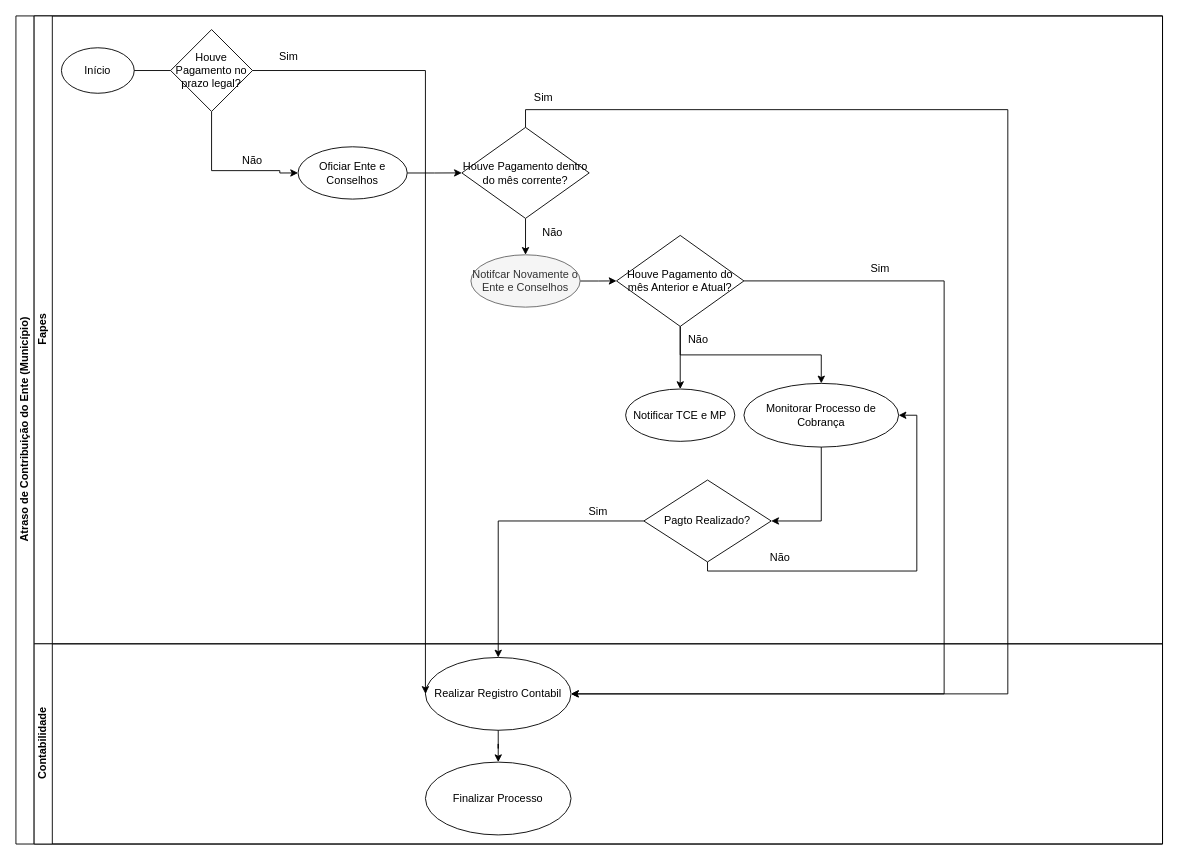
Ramaniks/fluxogramas-toledoprev keeps this draw.io diagram as CobrancaAtrasoDoEnte.drawio. Above is the earlier version. Source tidied: cells renumbered, new cells numbered last; positions are measured from the earlier drawing's top-left corner, leaving out a move shared by most shapes. Both pictures are drawn from the tidied source at 91%, with x=0, y=0 at pixel (15, 15).
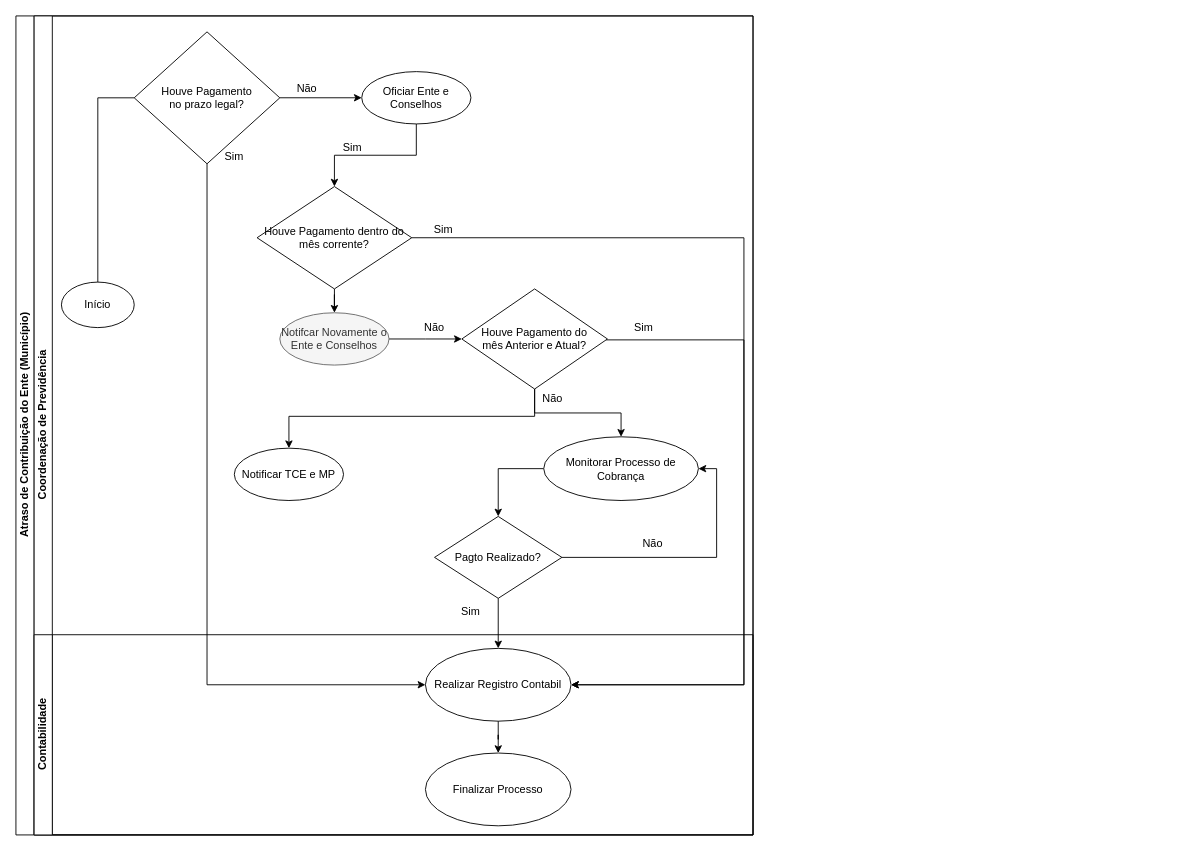
The same diagram, later.

Commit message:
Ajustes visuais

The change refers to these unchanged cells:
```xml
<mxCell id="32" value="Realizar Registro Contabil" style="ellipse;whiteSpace=wrap;html=1;" parent="30" vertex="1">
  <mxGeometry x="430" y="15" width="160" height="80" as="geometry" />
</mxCell>
```

Change to the diagram source:
```diff
@@
     <mxCell id="2" value="Atraso de Contribuição do Ente (Município)" style="swimlane;horizontal=0;startSize=20;html=1;" parent="1" vertex="1">
-      <mxGeometry width="1260" height="910" as="geometry" />
+      <mxGeometry width="810" height="900" as="geometry" />
     </mxCell>
-    <mxCell id="3" value="Fapes" style="swimlane;startSize=20;horizontal=0;html=1;" parent="2" vertex="1">
-      <mxGeometry x="20" width="1240" height="690" as="geometry" />
+    <mxCell id="3" value="Coordenação de Previdência" style="swimlane;startSize=20;horizontal=0;html=1;" parent="2" vertex="1">
+      <mxGeometry x="20" width="790" height="900" as="geometry" />
     </mxCell>
     <mxCell id="4" value="Início" style="ellipse;whiteSpace=wrap;html=1;" parent="3" vertex="1">
-      <mxGeometry x="30" y="35" width="80" height="50" as="geometry" />
+      <mxGeometry x="30" y="292.5" width="80" height="50" as="geometry" />
     </mxCell>
-    <mxCell id="5" style="edgeStyle=orthogonalEdgeStyle;rounded=0;jettySize=auto;html=1;entryX=0;entryY=0.5;entryDx=0;entryDy=0;" parent="3" edge="1" source="6" target="21">
+    <mxCell id="5" style="edgeStyle=orthogonalEdgeStyle;rounded=0;jettySize=auto;html=1;entryX=0.5;entryY=0;entryDx=0;entryDy=0;" parent="3" edge="1" source="6" target="21">
       <mxGeometry relative="1" as="geometry" />
     </mxCell>
     <mxCell id="6" value="Oficiar Ente e Conselhos" style="ellipse;whiteSpace=wrap;html=1;" parent="3" vertex="1">
-      <mxGeometry x="290" y="143.8" width="120" height="57.5" as="geometry" />
+      <mxGeometry x="360" y="61.2" width="120" height="57.5" as="geometry" />
     </mxCell>
@@
     <mxCell id="8" value="Notifcar Novamente o Ente e Conselhos" style="ellipse;whiteSpace=wrap;html=1;fillColor=#f5f5f5;fontColor=#333333;strokeColor=#666666;" parent="3" vertex="1">
-      <mxGeometry x="480" y="262.5" width="120" height="57.5" as="geometry" />
+      <mxGeometry x="270" y="326.2" width="120" height="57.5" as="geometry" />
     </mxCell>
-    <mxCell id="9" style="edgeStyle=orthogonalEdgeStyle;rounded=0;jettySize=auto;html=1;entryX=1;entryY=0.5;entryDx=0;entryDy=0;" parent="3" edge="1" source="10" target="27">
+    <mxCell id="9" style="edgeStyle=orthogonalEdgeStyle;rounded=0;jettySize=auto;html=1;exitX=0;exitY=0.5;exitDx=0;exitDy=0;" parent="3" edge="1" source="10" target="27">
       <mxGeometry relative="1" as="geometry" />
     </mxCell>
     <mxCell id="10" value="Monitorar Processo de Cobrança" style="ellipse;whiteSpace=wrap;html=1;" parent="3" vertex="1">
-      <mxGeometry x="780" y="403.8" width="170" height="70" as="geometry" />
+      <mxGeometry x="560" y="462.5" width="170" height="70" as="geometry" />
     </mxCell>
-    <mxCell id="11" style="edgeStyle=orthogonalEdgeStyle;rounded=0;jettySize=auto;html=1;endArrow=none;" parent="3" edge="1" source="4" target="13">
+    <mxCell id="11" style="edgeStyle=orthogonalEdgeStyle;rounded=0;jettySize=auto;html=1;endArrow=none;entryX=0;entryY=0.5;entryDx=0;entryDy=0;" parent="3" edge="1" source="4" target="13">
       <mxGeometry relative="1" as="geometry" />
     </mxCell>
     <mxCell id="12" style="edgeStyle=orthogonalEdgeStyle;rounded=0;jettySize=auto;html=1;entryX=0;entryY=0.5;entryDx=0;entryDy=0;" parent="3" edge="1" source="13" target="6">
-      <mxGeometry relative="1" as="geometry">
-        <Array as="points">
-          <mxPoint x="195" y="170" />
-          <mxPoint x="270" y="170" />
-          <mxPoint x="270" y="173" />
-        </Array>
-      </mxGeometry>
+      <mxGeometry relative="1" as="geometry" />
     </mxCell>
-    <mxCell id="13" value="Houve Pagamento no prazo legal?" style="rhombus;whiteSpace=wrap;html=1;" parent="3" vertex="1">
-      <mxGeometry x="150" y="15" width="90" height="90" as="geometry" />
+    <mxCell id="13" value="Houve Pagamento &lt;br&gt;no prazo legal?" style="rhombus;whiteSpace=wrap;html=1;" parent="3" vertex="1">
+      <mxGeometry x="110" y="17.5" width="160" height="145" as="geometry" />
     </mxCell>
     <mxCell id="14" value="Sim" style="text;html=1;strokeColor=none;fillColor=none;align=center;verticalAlign=middle;whiteSpace=wrap;rounded=0;" parent="3" vertex="1">
-      <mxGeometry x="250" y="30" width="60" height="30" as="geometry" />
+      <mxGeometry x="190" y="140" width="60" height="30" as="geometry" />
     </mxCell>
     <mxCell id="15" value="Não" style="text;html=1;strokeColor=none;fillColor=none;align=center;verticalAlign=middle;whiteSpace=wrap;rounded=0;" parent="3" vertex="1">
-      <mxGeometry x="210" y="143.8" width="60" height="30" as="geometry" />
+      <mxGeometry x="270" y="65" width="60" height="30" as="geometry" />
     </mxCell>
     <mxCell id="16" value="Sim" style="text;html=1;strokeColor=none;fillColor=none;align=center;verticalAlign=middle;whiteSpace=wrap;rounded=0;" parent="3" vertex="1">
-      <mxGeometry x="530" y="75" width="60" height="30" as="geometry" />
+      <mxGeometry x="320" y="130" width="60" height="30" as="geometry" />
     </mxCell>
     <mxCell id="17" value="Não" style="text;html=1;strokeColor=none;fillColor=none;align=center;verticalAlign=middle;whiteSpace=wrap;rounded=0;" parent="3" vertex="1">
-      <mxGeometry x="540" y="222.5" width="60" height="30" as="geometry" />
+      <mxGeometry x="410" y="327.5" width="60" height="30" as="geometry" />
     </mxCell>
@@
+    <mxCell id="36" style="edgeStyle=orthogonalEdgeStyle;rounded=0;jettySize=auto;html=1;entryX=1;entryY=0.5;entryDx=0;entryDy=0;" parent="3" edge="1" source="19" target="32">
+      <mxGeometry relative="1" as="geometry">
+        <Array as="points">
+          <mxPoint x="780" y="356" />
+          <mxPoint x="780" y="735" />
+        </Array>
+      </mxGeometry>
+    </mxCell>
-    <mxCell id="19" value="Houve Pagamento do mês Anterior e Atual?" style="rhombus;whiteSpace=wrap;html=1;" parent="3" vertex="1">
-      <mxGeometry x="640" y="241.2" width="140" height="100" as="geometry" />
+    <mxCell id="19" value="Houve Pagamento do &lt;br&gt;mês Anterior e Atual?" style="rhombus;whiteSpace=wrap;html=1;" parent="3" vertex="1">
+      <mxGeometry x="470" y="300" width="160" height="110" as="geometry" />
     </mxCell>
@@
+    <mxCell id="34" style="edgeStyle=orthogonalEdgeStyle;rounded=0;jettySize=auto;html=1;entryX=1;entryY=0.5;entryDx=0;entryDy=0;exitX=1;exitY=0.5;exitDx=0;exitDy=0;" parent="3" edge="1" source="21" target="32">
+      <mxGeometry relative="1" as="geometry">
+        <Array as="points">
+          <mxPoint x="780" y="244" />
+          <mxPoint x="780" y="735" />
+        </Array>
+      </mxGeometry>
+    </mxCell>
     <mxCell id="21" value="Houve Pagamento dentro do mês corrente?" style="rhombus;whiteSpace=wrap;html=1;" parent="3" vertex="1">
-      <mxGeometry x="470" y="122.5" width="140" height="100" as="geometry" />
+      <mxGeometry x="245" y="187.5" width="170" height="112.5" as="geometry" />
     </mxCell>
     <mxCell id="22" value="Sim" style="text;html=1;strokeColor=none;fillColor=none;align=center;verticalAlign=middle;whiteSpace=wrap;rounded=0;" parent="3" vertex="1">
-      <mxGeometry x="900" y="262.5" width="60" height="30" as="geometry" />
+      <mxGeometry x="640" y="327.5" width="60" height="30" as="geometry" />
     </mxCell>
     <mxCell id="23" value="Notificar TCE e MP" style="ellipse;whiteSpace=wrap;html=1;" parent="3" vertex="1">
-      <mxGeometry x="650" y="410" width="120" height="57.5" as="geometry" />
+      <mxGeometry x="220" y="475" width="120" height="57.5" as="geometry" />
     </mxCell>
     <mxCell id="24" style="edgeStyle=orthogonalEdgeStyle;rounded=0;jettySize=auto;html=1;entryX=0.5;entryY=0;entryDx=0;entryDy=0;" parent="3" edge="1" source="19" target="23">
-      <mxGeometry relative="1" as="geometry" />
+      <mxGeometry relative="1" as="geometry">
+        <Array as="points">
+          <mxPoint x="550" y="440" />
+          <mxPoint x="280" y="440" />
+        </Array>
+      </mxGeometry>
     </mxCell>
     <mxCell id="25" value="Não" style="text;html=1;strokeColor=none;fillColor=none;align=center;verticalAlign=middle;whiteSpace=wrap;rounded=0;" parent="3" vertex="1">
-      <mxGeometry x="700" y="341.2" width="60" height="30" as="geometry" />
+      <mxGeometry x="540" y="406.2" width="60" height="30" as="geometry" />
     </mxCell>
-    <mxCell id="26" style="edgeStyle=orthogonalEdgeStyle;rounded=0;jettySize=auto;html=1;entryX=1;entryY=0.5;entryDx=0;entryDy=0;" parent="3" edge="1" source="27" target="10">
+    <mxCell id="26" style="edgeStyle=orthogonalEdgeStyle;rounded=0;jettySize=auto;html=1;entryX=1;entryY=0.5;entryDx=0;entryDy=0;exitX=1;exitY=0.5;exitDx=0;exitDy=0;" parent="3" edge="1" source="27" target="10">
       <mxGeometry relative="1" as="geometry">
         <Array as="points">
-          <mxPoint x="740" y="610" />
-          <mxPoint x="970" y="610" />
-          <mxPoint x="970" y="439" />
+          <mxPoint x="750" y="595" />
+          <mxPoint x="750" y="498" />
         </Array>
       </mxGeometry>
     </mxCell>
     <mxCell id="27" value="Pagto Realizado?" style="rhombus;whiteSpace=wrap;html=1;" parent="3" vertex="1">
-      <mxGeometry x="670" y="510" width="140" height="90" as="geometry" />
+      <mxGeometry x="440" y="550" width="140" height="90" as="geometry" />
     </mxCell>
     <mxCell id="28" value="Não" style="text;html=1;strokeColor=none;fillColor=none;align=center;verticalAlign=middle;whiteSpace=wrap;rounded=0;" parent="3" vertex="1">
-      <mxGeometry x="790" y="580" width="60" height="30" as="geometry" />
+      <mxGeometry x="650" y="565" width="60" height="30" as="geometry" />
     </mxCell>
     <mxCell id="29" value="Sim" style="text;html=1;strokeColor=none;fillColor=none;align=center;verticalAlign=middle;whiteSpace=wrap;rounded=0;" parent="3" vertex="1">
-      <mxGeometry x="590" y="530" width="60" height="30" as="geometry" />
+      <mxGeometry x="450" y="640" width="60" height="30" as="geometry" />
     </mxCell>
-    <mxCell id="30" value="Contabilidade" style="swimlane;startSize=20;horizontal=0;html=1;" parent="2" vertex="1">
-      <mxGeometry x="20" y="690" width="1240" height="220" as="geometry" />
+    <mxCell id="30" value="Contabilidade" style="swimlane;startSize=20;horizontal=0;html=1;" parent="3" vertex="1">
+      <mxGeometry y="680" width="790" height="220" as="geometry" />
     </mxCell>
@@
-    <mxCell id="34" style="edgeStyle=orthogonalEdgeStyle;rounded=0;jettySize=auto;html=1;entryX=1;entryY=0.5;entryDx=0;entryDy=0;exitX=0.5;exitY=0;exitDx=0;exitDy=0;" parent="2" edge="1" source="21" target="32">
-      <mxGeometry relative="1" as="geometry">
-        <Array as="points">
-          <mxPoint x="560" y="103" />
-          <mxPoint x="1090" y="103" />
-          <mxPoint x="1090" y="745" />
-        </Array>
-      </mxGeometry>
-    </mxCell>
-    <mxCell id="35" style="edgeStyle=orthogonalEdgeStyle;rounded=0;jettySize=auto;html=1;entryX=0;entryY=0.5;entryDx=0;entryDy=0;" parent="2" edge="1" source="13" target="32">
+    <mxCell id="35" style="edgeStyle=orthogonalEdgeStyle;rounded=0;jettySize=auto;html=1;entryX=0;entryY=0.5;entryDx=0;entryDy=0;exitX=0.5;exitY=1;exitDx=0;exitDy=0;" parent="3" edge="1" source="13" target="32">
       <mxGeometry relative="1" as="geometry">
         <Array as="points">
-          <mxPoint x="450" y="60" />
+          <mxPoint x="190" y="735" />
         </Array>
       </mxGeometry>
     </mxCell>
-    <mxCell id="36" style="edgeStyle=orthogonalEdgeStyle;rounded=0;jettySize=auto;html=1;entryX=1;entryY=0.5;entryDx=0;entryDy=0;" parent="2" edge="1" source="19" target="32">
-      <mxGeometry relative="1" as="geometry">
-        <Array as="points">
-          <mxPoint x="1020" y="291" />
-          <mxPoint x="1020" y="745" />
-        </Array>
-      </mxGeometry>
-    </mxCell>
-    <mxCell id="37" style="edgeStyle=orthogonalEdgeStyle;rounded=0;jettySize=auto;html=1;" parent="2" edge="1" source="27" target="32">
+    <mxCell id="37" style="edgeStyle=orthogonalEdgeStyle;rounded=0;jettySize=auto;html=1;" parent="3" edge="1" source="27" target="32">
       <mxGeometry relative="1" as="geometry" />
     </mxCell>
+    <mxCell id="38" value="Sim" style="text;html=1;strokeColor=none;fillColor=none;align=center;verticalAlign=middle;whiteSpace=wrap;rounded=0;" parent="3" vertex="1">
+      <mxGeometry x="420" y="220" width="60" height="30" as="geometry" />
+    </mxCell>
```
